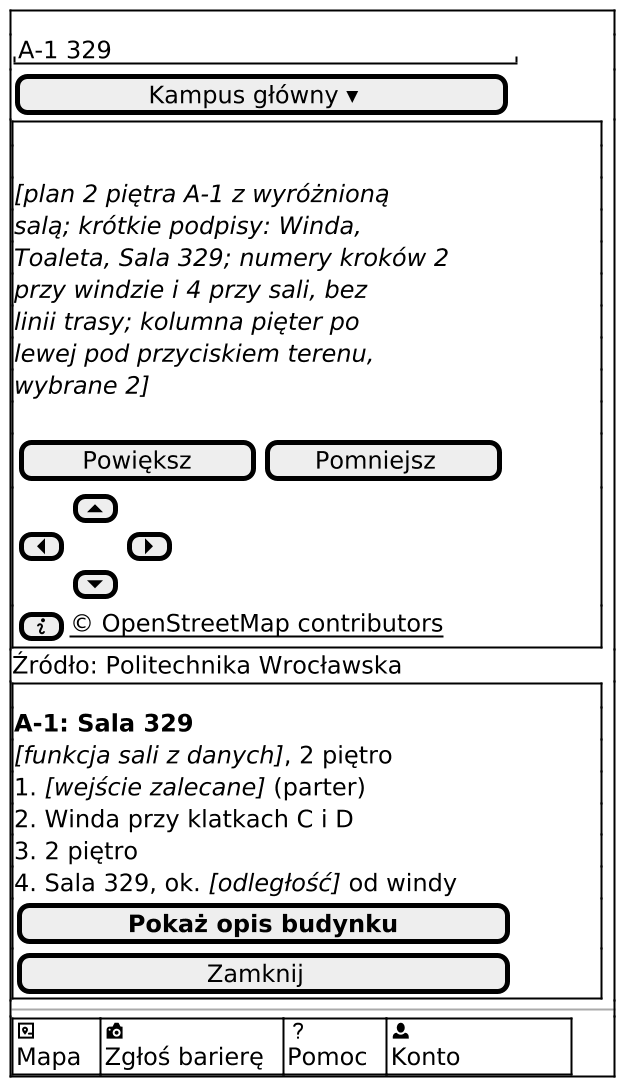
Before: docs/docs/_generated/m-v1-mapa-sala.png, a diagram exported from PlantUML (dostepny-kampus/dostepny-kampus).
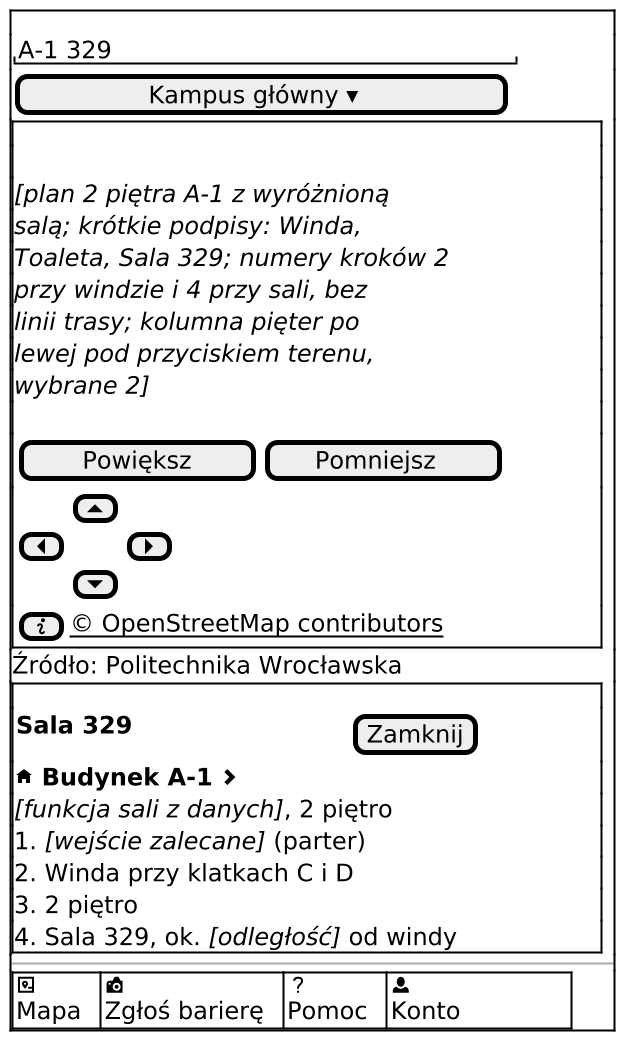
Above is the later version.

What changed in the source:
```diff
@@ -8,14 +8,13 @@
 $mapa("plan 2 piętra A-1 z wyróżnioną salą; krótkie podpisy: Winda, Toaleta, Sala 329; numery kroków 2 przy windzie i 4 przy sali, bez linii trasy; kolumna pięter po lewej pod przyciskiem terenu, wybrane 2", "", "info")
 Źródło: Politechnika Wrocławska
 $ramka()
-<b>A-1: Sala 329</b>
+{ <b>Sala 329</b>$dk_spacje(14) | [Zamknij] }
+$wiersz_budynku()
 <i>[funkcja sali z danych]</i>, 2 piętro
 1. <i>[wejście zalecane]</i> (parter)
 2. Winda przy klatkach C i D
 3. 2 piętro
 4. Sala 329, ok. <i>[odległość]</i> od windy
-$przycisk_glowny("Pokaż opis budynku")
-$przycisk("Zamknij")
 }
 $pasek_dolny_konto()
 $ekran_koniec()
```
